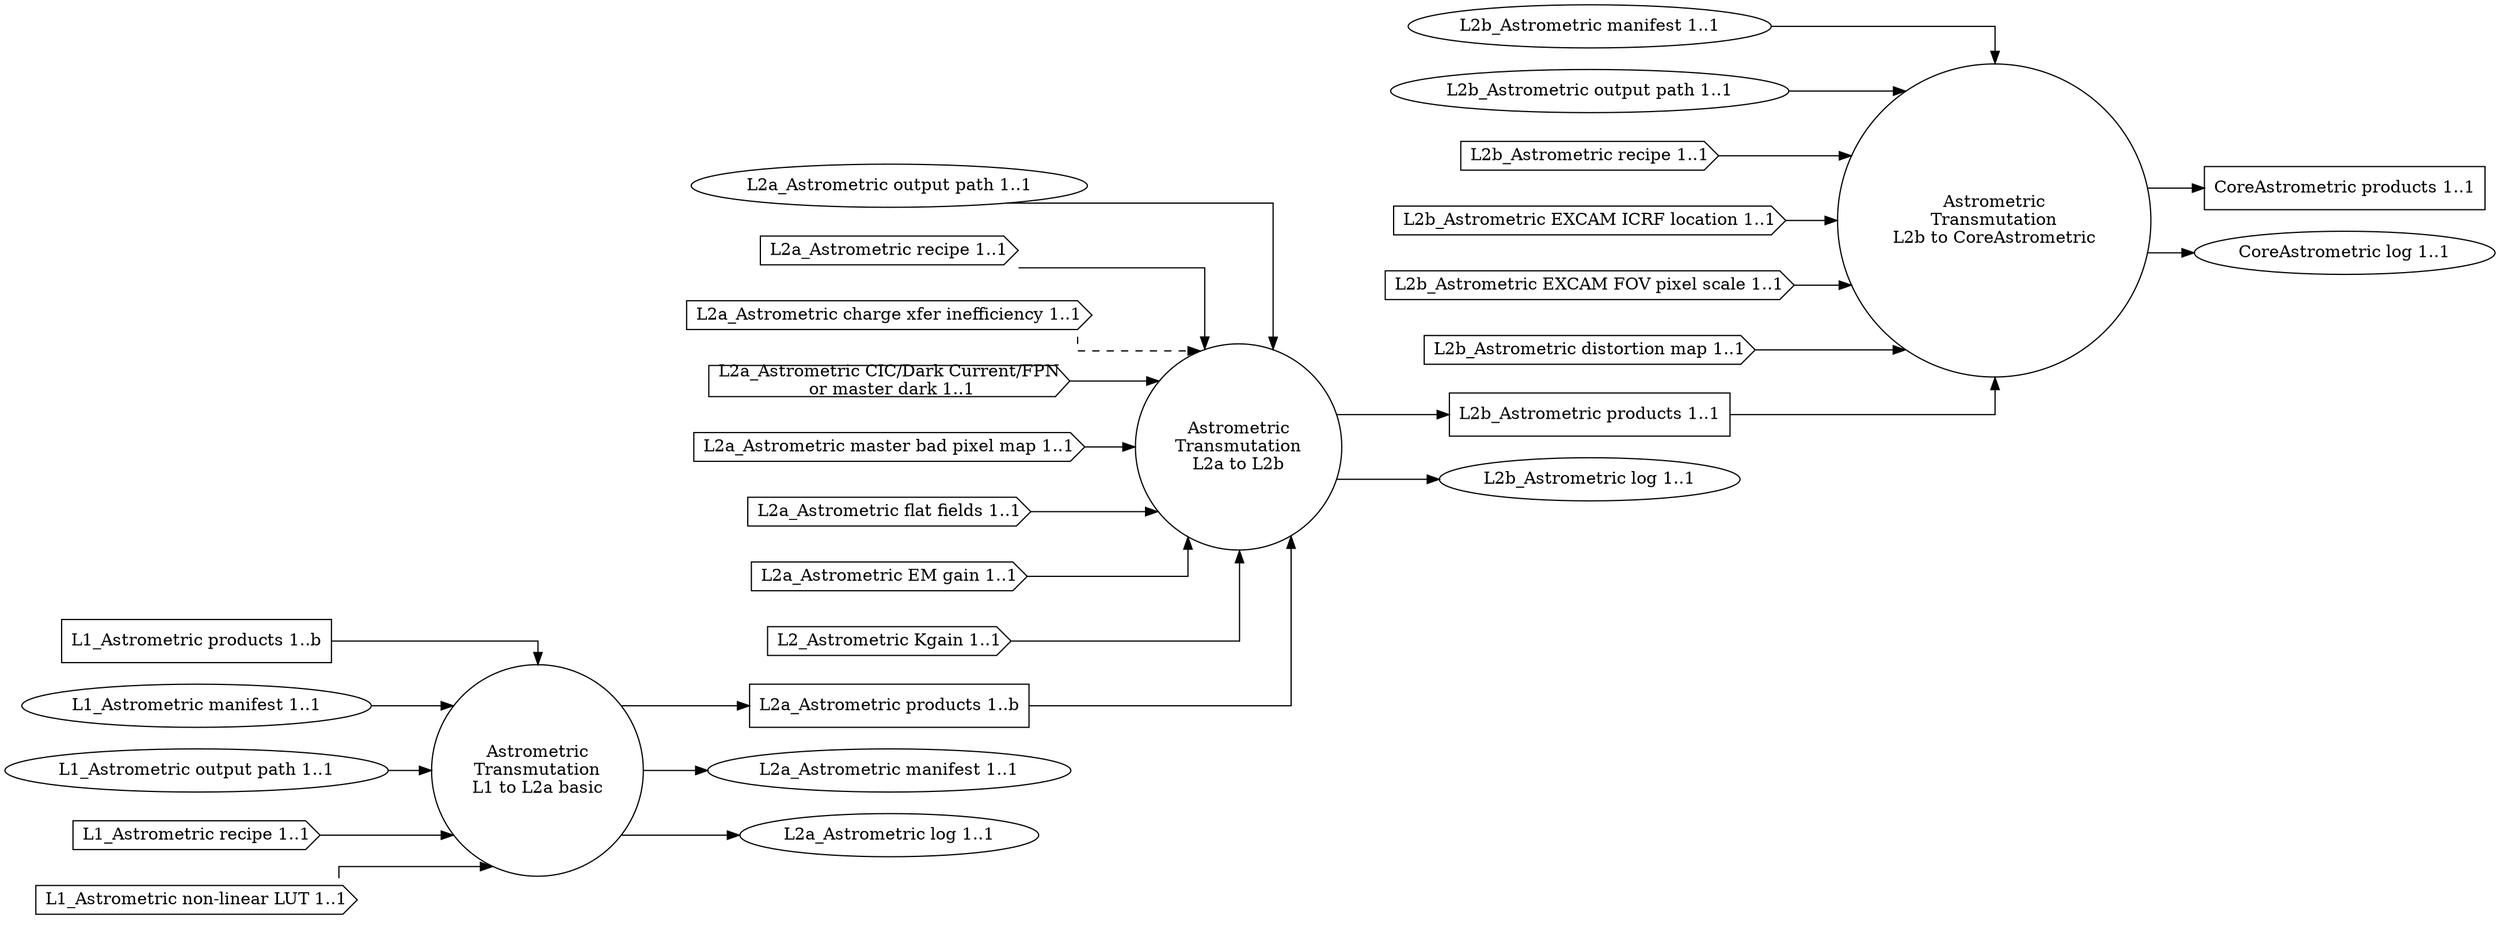
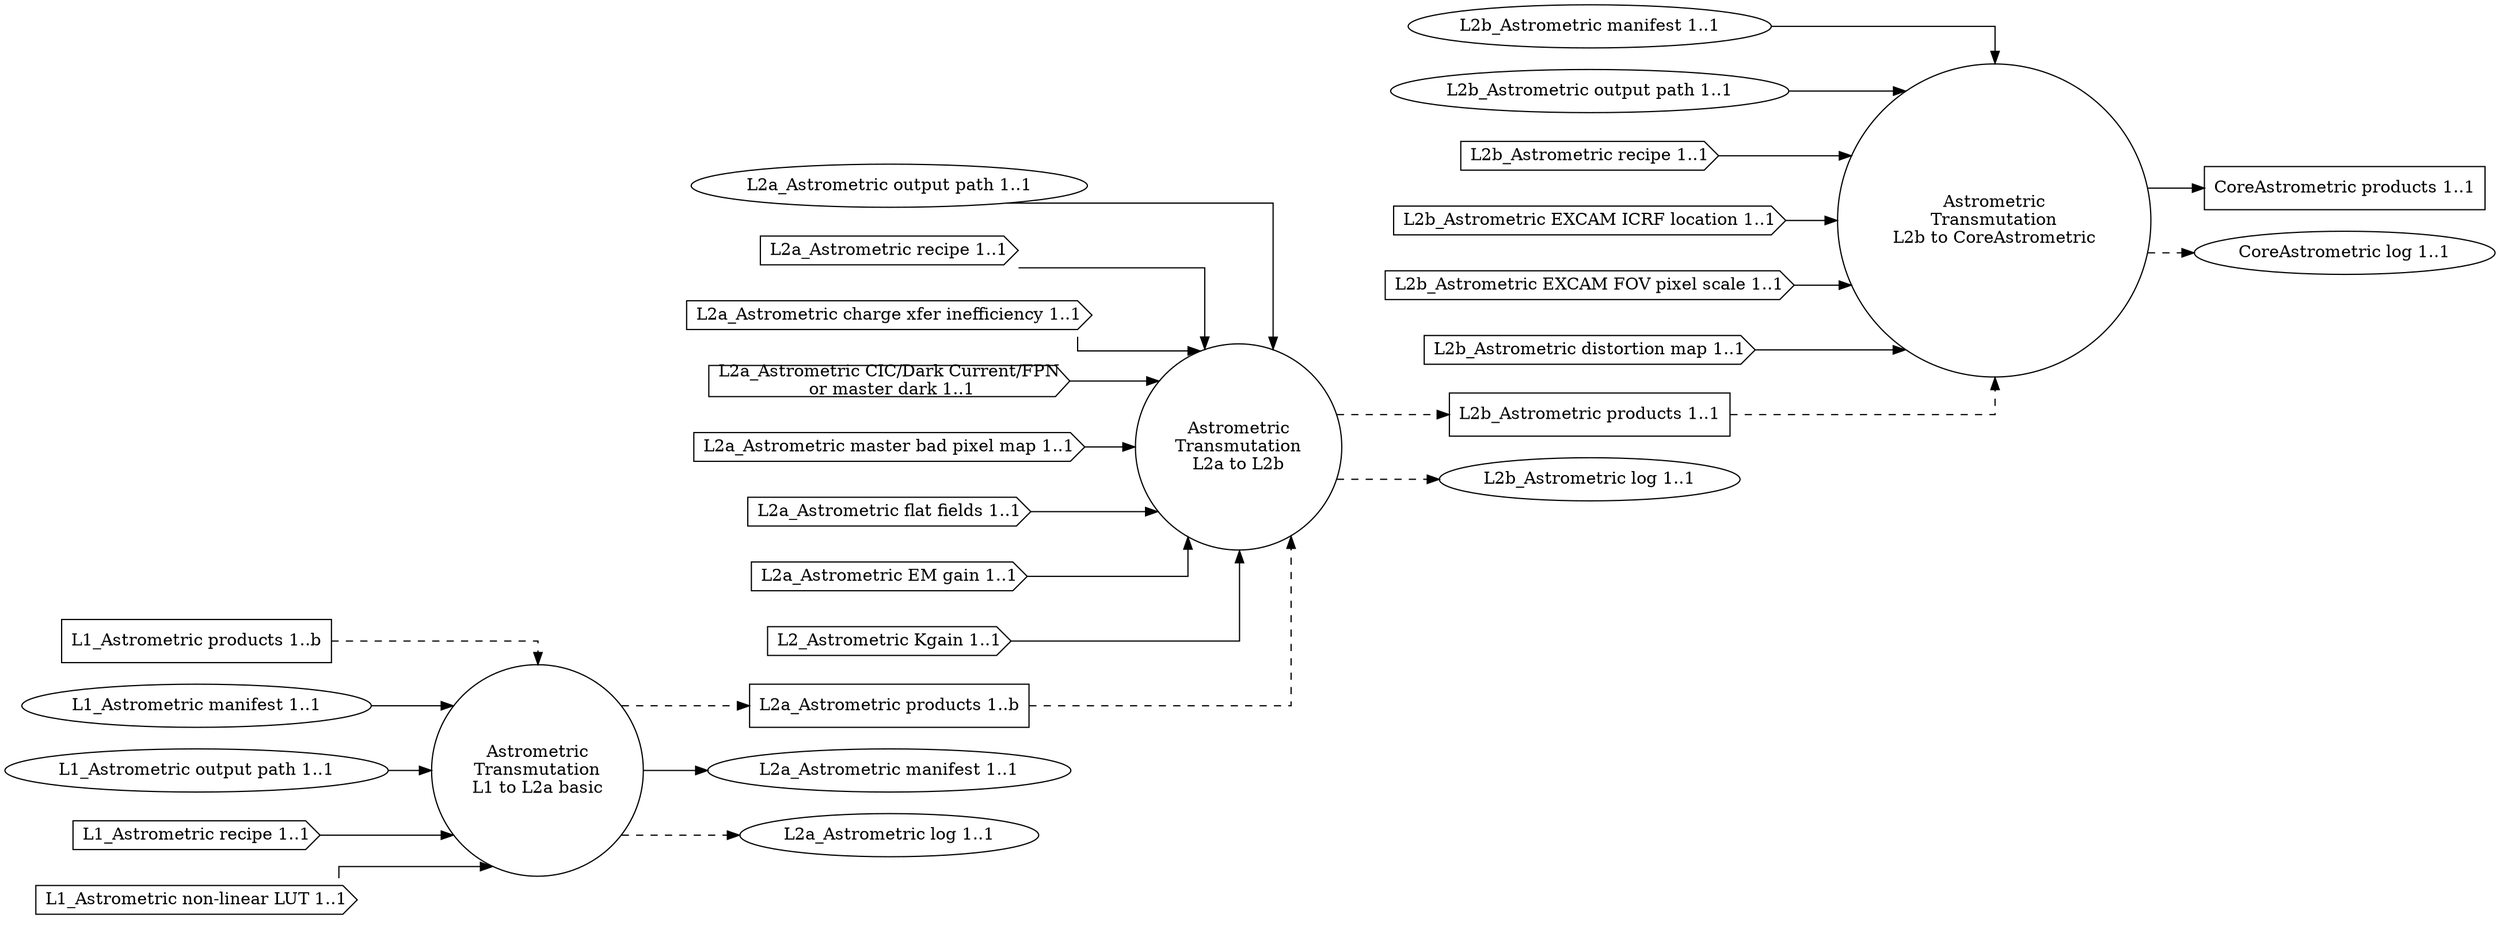
digraph Astrometric
{
  graph [splines="ortho", rankdir=LR];

  trans_bs_l1_l2a_basic [label="Astrometric\nTransmutation\nL1 to L2a basic", shape="circle"];
  trans_bs_l2a_l2b [label="Astrometric\nTransmutation\nL2a to L2b", shape="circle"];
  trans_bs_l2b_ctp [label="Astrometric\nTransmutation\nL2b to CoreAstrometric", shape="circle"];

  l1_bs_prod [label="L1_Astrometric products 1..b", shape="rectangle"];
  l1_bs_man [label="L1_Astrometric manifest 1..1", shape="ellipse"];
  l1_bs_odir [label="L1_Astrometric output path 1..1", shape="ellipse"];
  l1_bs_rec [label="L1_Astrometric recipe 1..1", shape="cds"];
  l1_bs_nllut [label="L1_Astrometric non-linear LUT 1..1", shape="cds"];

  l2a_bs_prod [label="L2a_Astrometric products 1..b", shape="rectangle"];
  l2a_bs_man [label="L2a_Astrometric manifest 1..1", shape="ellipse"];
  l2a_bs_odir [label="L2a_Astrometric output path 1..1", shape="ellipse"];
  l2a_bs_rec [label="L2a_Astrometric recipe 1..1", shape="cds"];
  l2a_bs_cti [label="L2a_Astrometric charge xfer inefficiency 1..1", shape="cds"];
  l2a_bs_dnb [label="L2a_Astrometric CIC/Dark Current/FPN\n or master dark 1..1", shape="cds"];
  l2a_bs_mbpm [label="L2a_Astrometric master bad pixel map 1..1", shape="cds"];
  l2a_bs_ff [label="L2a_Astrometric flat fields 1..1", shape="cds"];
  l2a_bs_emg [label="L2a_Astrometric EM gain 1..1", shape="cds"];
  l2a_bs_kgain [label="L2_Astrometric Kgain 1..1", shape="cds"];
  l2a_bs_log [label="L2a_Astrometric log 1..1", shape="ellipse"];

  l2b_bs_prod [label="L2b_Astrometric products 1..1", shape="rectangle"];
  l2b_bs_man [label="L2b_Astrometric manifest 1..1", shape="ellipse"];
  l2b_bs_odir [label="L2b_Astrometric output path 1..1", shape="ellipse"];
  l2b_bs_rec [label="L2b_Astrometric recipe 1..1", shape="cds"];
  l2b_bs_excicrf [label="L2b_Astrometric EXCAM ICRF location 1..1", shape="cds"];
  l2b_bs_excfovps [label="L2b_Astrometric EXCAM FOV pixel scale 1..1", shape="cds"];
  l2b_bs_distm [label="L2b_Astrometric distortion map 1..1", shape="cds"];
  l2b_bs_log [label="L2b_Astrometric log 1..1", shape="ellipse"];

  ctp_prod [label="CoreAstrometric products 1..1", shape="rectangle"];
  ctp_log [label="CoreAstrometric log 1..1", shape="ellipse"];

-   l1_bs_prod -> trans_bs_l1_l2a_basic;
+   l1_bs_prod -> trans_bs_l1_l2a_basic [style="dashed"];
  l1_bs_man -> trans_bs_l1_l2a_basic;
  l1_bs_odir -> trans_bs_l1_l2a_basic;
  l1_bs_rec -> trans_bs_l1_l2a_basic;
  l1_bs_nllut -> trans_bs_l1_l2a_basic;

-   trans_bs_l1_l2a_basic -> l2a_bs_prod;
+   trans_bs_l1_l2a_basic -> l2a_bs_prod [style="dashed"];
  trans_bs_l1_l2a_basic -> l2a_bs_man;
-   trans_bs_l1_l2a_basic -> l2a_bs_log;
+   trans_bs_l1_l2a_basic -> l2a_bs_log [style="dashed"];

-   l2a_bs_prod -> trans_bs_l2a_l2b;
+   l2a_bs_prod -> trans_bs_l2a_l2b [style="dashed"];
  l2a_bs_kgain -> trans_bs_l2a_l2b;
  l2a_bs_odir -> trans_bs_l2a_l2b;
  l2a_bs_rec -> trans_bs_l2a_l2b;
-   l2a_bs_cti -> trans_bs_l2a_l2b [style="dashed"];
+   l2a_bs_cti -> trans_bs_l2a_l2b;
  l2a_bs_dnb -> trans_bs_l2a_l2b;
  l2a_bs_mbpm -> trans_bs_l2a_l2b;
  l2a_bs_ff -> trans_bs_l2a_l2b;
  l2a_bs_emg -> trans_bs_l2a_l2b;

-   trans_bs_l2a_l2b -> l2b_bs_prod;
-   trans_bs_l2a_l2b -> l2b_bs_log;
+   trans_bs_l2a_l2b -> l2b_bs_prod [style="dashed"];
+   trans_bs_l2a_l2b -> l2b_bs_log [style="dashed"];

-   l2b_bs_prod -> trans_bs_l2b_ctp;
+   l2b_bs_prod -> trans_bs_l2b_ctp [style="dashed"];
  l2b_bs_man -> trans_bs_l2b_ctp;
  l2b_bs_odir -> trans_bs_l2b_ctp;
  l2b_bs_rec -> trans_bs_l2b_ctp;
  l2b_bs_excicrf -> trans_bs_l2b_ctp;
  l2b_bs_excfovps -> trans_bs_l2b_ctp;
  l2b_bs_distm -> trans_bs_l2b_ctp;
  trans_bs_l2b_ctp -> ctp_prod;
-   trans_bs_l2b_ctp -> ctp_log;
+   trans_bs_l2b_ctp -> ctp_log [style="dashed"];

}
